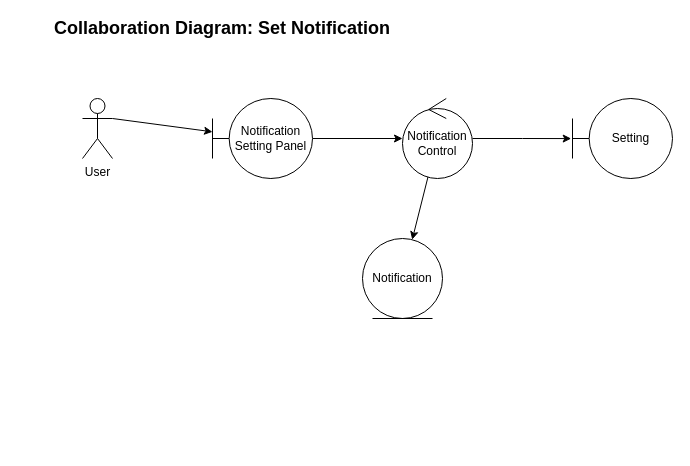
Above: page "Set notification" (6 of 10) of Collaboration Diagram.drawio in astrrr/Right-posture (draw.io), before the change. Source tidied: cells renumbered, new cells numbered last; positions are measured from the earlier drawing's top-left corner, leaving out a move shared by most shapes. Both pictures are drawn from the tidied source at 100%, with x=0, y=0 at pixel (17, 18).
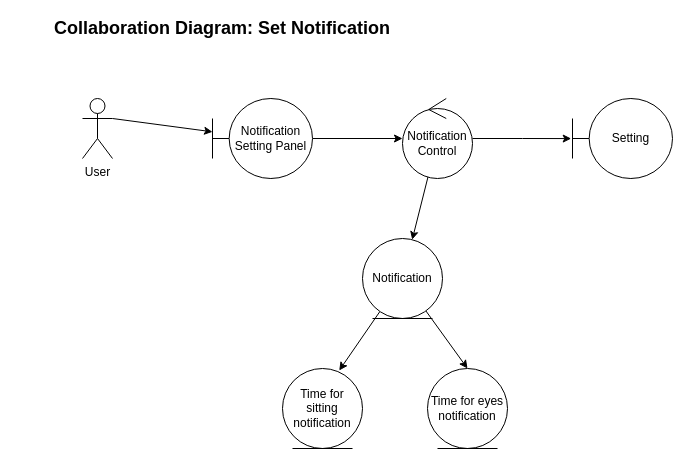
After the change.

Commit message:
update Set Notification

What changed in the source:
```diff
@@
 <mxGraphModel>
   <root>
     <mxCell id="0" />
     <mxCell id="1" parent="0" />
     <mxCell id="2" value="&lt;b&gt;&lt;font style=&quot;font-size: 18px&quot;&gt;Collaboration Diagram: Set Notification&lt;br&gt;&lt;/font&gt;&lt;/b&gt;" style="text;html=1;strokeColor=none;fillColor=none;align=center;verticalAlign=middle;whiteSpace=wrap;rounded=0;" parent="1" vertex="1">
       <mxGeometry width="410" height="20" as="geometry" />
     </mxCell>
     <mxCell id="3" style="edgeStyle=none;rounded=0;jettySize=auto;html=1;exitX=1;exitY=0.3333333333333333;exitDx=0;exitDy=0;exitPerimeter=0;" parent="1" edge="1" source="4" target="6">
       <mxGeometry relative="1" as="geometry" />
     </mxCell>
     <mxCell id="4" value="User" style="shape=umlActor;verticalLabelPosition=bottom;verticalAlign=top;html=1;" parent="1" vertex="1">
       <mxGeometry x="65" y="80" width="30" height="60" as="geometry" />
     </mxCell>
     <mxCell id="5" style="edgeStyle=orthogonalEdgeStyle;rounded=0;jettySize=auto;html=1;" parent="1" edge="1" source="6" target="9">
       <mxGeometry relative="1" as="geometry" />
     </mxCell>
     <mxCell id="6" value="Notification Setting Panel" style="shape=umlBoundary;whiteSpace=wrap;html=1;" parent="1" vertex="1">
       <mxGeometry x="195" y="80" width="100" height="80" as="geometry" />
     </mxCell>
     <mxCell id="7" style="rounded=0;jettySize=auto;html=1;" parent="1" edge="1" source="9" target="10">
       <mxGeometry relative="1" as="geometry" />
     </mxCell>
     <mxCell id="8" style="edgeStyle=orthogonalEdgeStyle;rounded=0;jettySize=auto;html=1;entryX=-0.013;entryY=0.501;entryDx=0;entryDy=0;entryPerimeter=0;" parent="1" edge="1" source="9" target="11">
       <mxGeometry relative="1" as="geometry" />
     </mxCell>
     <mxCell id="9" value="Notification&lt;br&gt;Control" style="ellipse;shape=umlControl;whiteSpace=wrap;html=1;" parent="1" vertex="1">
       <mxGeometry x="385" y="80" width="70" height="80" as="geometry" />
     </mxCell>
+    <mxCell id="12" style="edgeStyle=none;rounded=0;jettySize=auto;html=1;entryX=0.709;entryY=0.025;entryDx=0;entryDy=0;entryPerimeter=0;" parent="1" edge="1" source="10" target="14">
+      <mxGeometry relative="1" as="geometry" />
+    </mxCell>
+    <mxCell id="13" style="edgeStyle=none;rounded=0;jettySize=auto;html=1;entryX=0.5;entryY=0;entryDx=0;entryDy=0;" parent="1" edge="1" source="10" target="15">
+      <mxGeometry relative="1" as="geometry" />
+    </mxCell>
     <mxCell id="10" value="Notification" style="ellipse;shape=umlEntity;whiteSpace=wrap;html=1;" parent="1" vertex="1">
       <mxGeometry x="345" y="220" width="80" height="80" as="geometry" />
     </mxCell>
     <mxCell id="11" value="Setting" style="shape=umlBoundary;whiteSpace=wrap;html=1;" parent="1" vertex="1">
       <mxGeometry x="555" y="80" width="100" height="80" as="geometry" />
     </mxCell>
+    <mxCell id="14" value="Time for sitting notification" style="ellipse;shape=umlEntity;whiteSpace=wrap;html=1;" parent="1" vertex="1">
+      <mxGeometry x="265" y="350" width="80" height="80" as="geometry" />
+    </mxCell>
+    <mxCell id="15" value="Time for eyes notification" style="ellipse;shape=umlEntity;whiteSpace=wrap;html=1;" parent="1" vertex="1">
+      <mxGeometry x="410" y="350" width="80" height="80" as="geometry" />
+    </mxCell>
   </root>
 </mxGraphModel>
```
